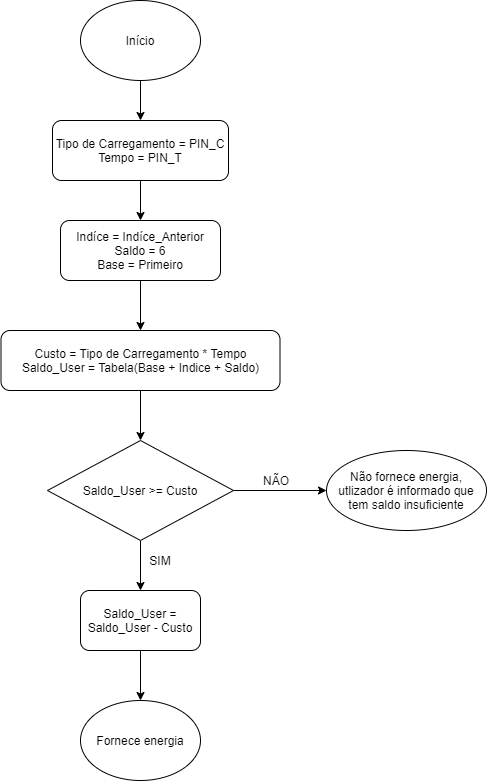
Earlier version of the draw.io export flux_verificacao_saldo.png (ProgRub/Proj2AC). Source tidied: cells renumbered, new cells last; positions are measured from the earlier drawing's top-left corner, leaving out a move shared by most shapes. The source it was exported from:
```xml
<mxGraphModel>
  <root>
    <mxCell id="0" />
    <mxCell id="1" parent="0" />
    <mxCell id="2" style="edgeStyle=orthogonalEdgeStyle;rounded=0;jettySize=auto;html=1;entryX=0.5;entryY=0;entryDx=0;entryDy=0;" parent="1" edge="1" source="3" target="5">
      <mxGeometry relative="1" as="geometry" />
    </mxCell>
    <mxCell id="3" value="Início" style="ellipse;whiteSpace=wrap;html=1;" parent="1" vertex="1">
      <mxGeometry x="80" width="120" height="80" as="geometry" />
    </mxCell>
    <mxCell id="4" style="edgeStyle=orthogonalEdgeStyle;rounded=0;jettySize=auto;html=1;entryX=0.5;entryY=0;entryDx=0;entryDy=0;" parent="1" edge="1" source="5" target="7">
      <mxGeometry relative="1" as="geometry" />
    </mxCell>
    <mxCell id="5" value="Tipo de Carregamento = PIN_C&lt;br&gt;Tempo = PIN_T" style="rounded=1;whiteSpace=wrap;html=1;" parent="1" vertex="1">
      <mxGeometry x="52" y="120" width="176" height="60" as="geometry" />
    </mxCell>
    <mxCell id="6" style="edgeStyle=orthogonalEdgeStyle;rounded=0;jettySize=auto;html=1;" parent="1" edge="1" source="7" target="9">
      <mxGeometry relative="1" as="geometry" />
    </mxCell>
    <mxCell id="7" value="Indíce = Indíce_Anterior&lt;br&gt;Saldo = 6&lt;br&gt;Base = Primeiro" style="rounded=1;whiteSpace=wrap;html=1;" parent="1" vertex="1">
      <mxGeometry x="60" y="220" width="160" height="60" as="geometry" />
    </mxCell>
    <mxCell id="8" style="edgeStyle=orthogonalEdgeStyle;rounded=0;jettySize=auto;html=1;entryX=0.5;entryY=0;entryDx=0;entryDy=0;" parent="1" edge="1" source="9" target="12">
      <mxGeometry relative="1" as="geometry" />
    </mxCell>
    <mxCell id="9" value="Custo = Tipo de Carregamento * Tempo&lt;br&gt;Saldo_User = Tabela(Base + Indice + Saldo)" style="rounded=1;whiteSpace=wrap;html=1;" parent="1" vertex="1">
      <mxGeometry x="0.5" y="330" width="279" height="60" as="geometry" />
    </mxCell>
    <mxCell id="10" style="edgeStyle=orthogonalEdgeStyle;rounded=0;jettySize=auto;html=1;entryX=0;entryY=0.5;entryDx=0;entryDy=0;" parent="1" edge="1" source="12" target="14">
      <mxGeometry relative="1" as="geometry" />
    </mxCell>
    <mxCell id="11" style="edgeStyle=orthogonalEdgeStyle;rounded=0;jettySize=auto;html=1;entryX=0.5;entryY=0;entryDx=0;entryDy=0;" parent="1" edge="1" source="12" target="18">
      <mxGeometry relative="1" as="geometry" />
    </mxCell>
    <mxCell id="12" value="Saldo_User &amp;gt;= Custo" style="rhombus;whiteSpace=wrap;html=1;" parent="1" vertex="1">
      <mxGeometry x="47" y="440" width="186" height="100" as="geometry" />
    </mxCell>
    <mxCell id="13" value="Fornece energia" style="ellipse;whiteSpace=wrap;html=1;" parent="1" vertex="1">
      <mxGeometry x="80" y="700" width="120" height="80" as="geometry" />
    </mxCell>
    <mxCell id="14" value="Não fornece energia, utlizador é informado que tem saldo insuficiente" style="ellipse;whiteSpace=wrap;html=1;" parent="1" vertex="1">
      <mxGeometry x="326" y="450" width="160" height="80" as="geometry" />
    </mxCell>
    <mxCell id="15" value="NÃO" style="text;html=1;strokeColor=none;fillColor=none;align=center;verticalAlign=middle;whiteSpace=wrap;rounded=0;" parent="1" vertex="1">
      <mxGeometry x="256" y="470" width="40" height="20" as="geometry" />
    </mxCell>
    <mxCell id="16" value="SIM" style="text;html=1;strokeColor=none;fillColor=none;align=center;verticalAlign=middle;whiteSpace=wrap;rounded=0;" parent="1" vertex="1">
      <mxGeometry x="140" y="550" width="40" height="20" as="geometry" />
    </mxCell>
    <mxCell id="17" style="edgeStyle=orthogonalEdgeStyle;rounded=0;jettySize=auto;html=1;entryX=0.5;entryY=0;entryDx=0;entryDy=0;" parent="1" edge="1" source="18" target="13">
      <mxGeometry relative="1" as="geometry" />
    </mxCell>
    <mxCell id="18" value="Saldo_User = Saldo_User - Custo" style="rounded=1;whiteSpace=wrap;html=1;" parent="1" vertex="1">
      <mxGeometry x="80" y="590" width="120" height="60" as="geometry" />
    </mxCell>
  </root>
</mxGraphModel>
```
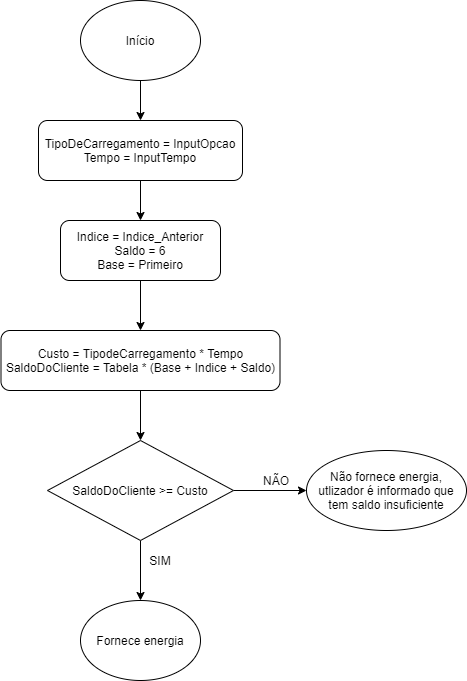
After the change.

Change to the diagram source:
```diff
@@ -11,35 +11,35 @@
     <mxCell id="4" style="edgeStyle=orthogonalEdgeStyle;rounded=0;jettySize=auto;html=1;entryX=0.5;entryY=0;entryDx=0;entryDy=0;" parent="1" edge="1" source="5" target="7">
       <mxGeometry relative="1" as="geometry" />
     </mxCell>
-    <mxCell id="5" value="Tipo de Carregamento = PIN_C&lt;br&gt;Tempo = PIN_T" style="rounded=1;whiteSpace=wrap;html=1;" parent="1" vertex="1">
-      <mxGeometry x="52" y="120" width="176" height="60" as="geometry" />
+    <mxCell id="5" value="TipoDeCarregamento = InputOpcao&lt;br&gt;Tempo = InputTempo" style="rounded=1;whiteSpace=wrap;html=1;" parent="1" vertex="1">
+      <mxGeometry x="38" y="120" width="204" height="60" as="geometry" />
     </mxCell>
     <mxCell id="6" style="edgeStyle=orthogonalEdgeStyle;rounded=0;jettySize=auto;html=1;" parent="1" edge="1" source="7" target="9">
       <mxGeometry relative="1" as="geometry" />
     </mxCell>
-    <mxCell id="7" value="Indíce = Indíce_Anterior&lt;br&gt;Saldo = 6&lt;br&gt;Base = Primeiro" style="rounded=1;whiteSpace=wrap;html=1;" parent="1" vertex="1">
+    <mxCell id="7" value="Indice = Indice_Anterior&lt;br&gt;Saldo = 6&lt;br&gt;Base = Primeiro" style="rounded=1;whiteSpace=wrap;html=1;" parent="1" vertex="1">
       <mxGeometry x="60" y="220" width="160" height="60" as="geometry" />
     </mxCell>
     <mxCell id="8" style="edgeStyle=orthogonalEdgeStyle;rounded=0;jettySize=auto;html=1;entryX=0.5;entryY=0;entryDx=0;entryDy=0;" parent="1" edge="1" source="9" target="12">
       <mxGeometry relative="1" as="geometry" />
     </mxCell>
-    <mxCell id="9" value="Custo = Tipo de Carregamento * Tempo&lt;br&gt;Saldo_User = Tabela(Base + Indice + Saldo)" style="rounded=1;whiteSpace=wrap;html=1;" parent="1" vertex="1">
+    <mxCell id="9" value="Custo = TipodeCarregamento * Tempo&lt;br&gt;SaldoDoCliente = Tabela * (Base + Indice + Saldo)" style="rounded=1;whiteSpace=wrap;html=1;" parent="1" vertex="1">
       <mxGeometry x="0.5" y="330" width="279" height="60" as="geometry" />
     </mxCell>
     <mxCell id="10" style="edgeStyle=orthogonalEdgeStyle;rounded=0;jettySize=auto;html=1;entryX=0;entryY=0.5;entryDx=0;entryDy=0;" parent="1" edge="1" source="12" target="14">
       <mxGeometry relative="1" as="geometry" />
     </mxCell>
-    <mxCell id="11" style="edgeStyle=orthogonalEdgeStyle;rounded=0;jettySize=auto;html=1;entryX=0.5;entryY=0;entryDx=0;entryDy=0;" parent="1" edge="1" source="12" target="18">
+    <mxCell id="11" style="edgeStyle=orthogonalEdgeStyle;rounded=0;jettySize=auto;html=1;entryX=0.5;entryY=0;entryDx=0;entryDy=0;" parent="1" edge="1" source="12" target="13">
       <mxGeometry relative="1" as="geometry" />
     </mxCell>
-    <mxCell id="12" value="Saldo_User &amp;gt;= Custo" style="rhombus;whiteSpace=wrap;html=1;" parent="1" vertex="1">
+    <mxCell id="12" value="SaldoDoCliente &amp;gt;= Custo" style="rhombus;whiteSpace=wrap;html=1;" parent="1" vertex="1">
       <mxGeometry x="47" y="440" width="186" height="100" as="geometry" />
     </mxCell>
     <mxCell id="13" value="Fornece energia" style="ellipse;whiteSpace=wrap;html=1;" parent="1" vertex="1">
-      <mxGeometry x="80" y="700" width="120" height="80" as="geometry" />
+      <mxGeometry x="80" y="600" width="120" height="80" as="geometry" />
     </mxCell>
     <mxCell id="14" value="Não fornece energia, utlizador é informado que tem saldo insuficiente" style="ellipse;whiteSpace=wrap;html=1;" parent="1" vertex="1">
-      <mxGeometry x="326" y="450" width="160" height="80" as="geometry" />
+      <mxGeometry x="306" y="450" width="160" height="80" as="geometry" />
     </mxCell>
     <mxCell id="15" value="NÃO" style="text;html=1;strokeColor=none;fillColor=none;align=center;verticalAlign=middle;whiteSpace=wrap;rounded=0;" parent="1" vertex="1">
       <mxGeometry x="256" y="470" width="40" height="20" as="geometry" />
@@ -47,11 +47,5 @@
     <mxCell id="16" value="SIM" style="text;html=1;strokeColor=none;fillColor=none;align=center;verticalAlign=middle;whiteSpace=wrap;rounded=0;" parent="1" vertex="1">
       <mxGeometry x="140" y="550" width="40" height="20" as="geometry" />
     </mxCell>
-    <mxCell id="17" style="edgeStyle=orthogonalEdgeStyle;rounded=0;jettySize=auto;html=1;entryX=0.5;entryY=0;entryDx=0;entryDy=0;" parent="1" edge="1" source="18" target="13">
-      <mxGeometry relative="1" as="geometry" />
-    </mxCell>
-    <mxCell id="18" value="Saldo_User = Saldo_User - Custo" style="rounded=1;whiteSpace=wrap;html=1;" parent="1" vertex="1">
-      <mxGeometry x="80" y="590" width="120" height="60" as="geometry" />
-    </mxCell>
   </root>
 </mxGraphModel>
```
